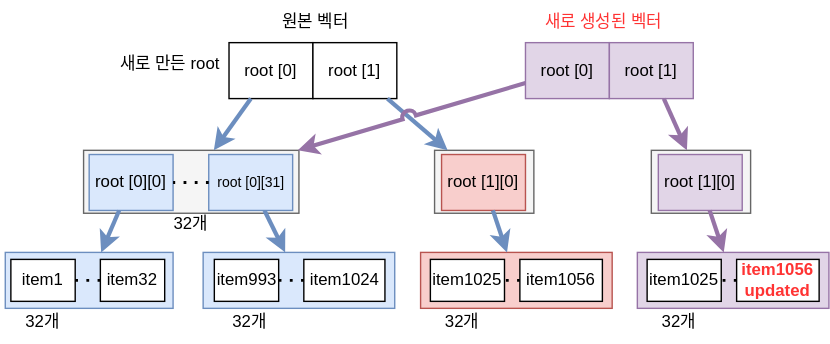
Above: _wiki/clojure/study/vector/vector-1057-tree-copy.svg in johngrib/johngrib.github.io (draw.io), before the change. Source tidied: cells renumbered, new cells last; positions are measured from the earlier drawing's top-left corner, leaving out a move shared by most shapes.
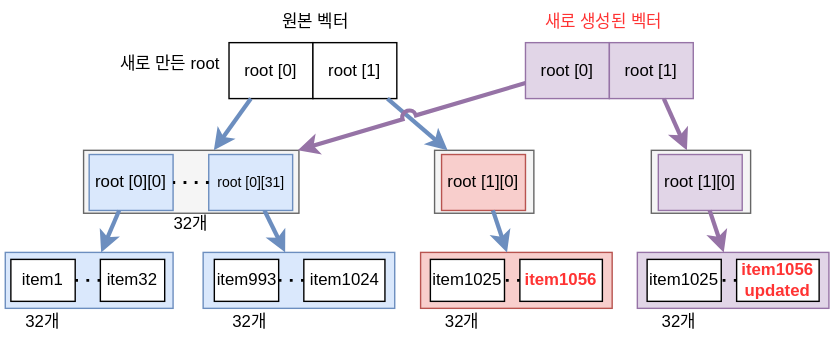
The same file after the commit.

Change to the diagram source:
```diff
@@ -71,7 +71,7 @@
     <mxCell id="24" value="item1025" style="rounded=0;whiteSpace=wrap;html=1;" parent="1" vertex="1">
       <mxGeometry x="307" y="185" width="53" height="30" as="geometry" />
     </mxCell>
-    <mxCell id="25" value="item1056" style="rounded=0;whiteSpace=wrap;html=1;" parent="1" vertex="1">
+    <mxCell id="25" value="item1056" style="rounded=0;whiteSpace=wrap;html=1;fontStyle=1;fontColor=#FF3333;" parent="1" vertex="1">
       <mxGeometry x="371" y="185" width="59" height="30" as="geometry" />
     </mxCell>
     <mxCell id="26" style="endArrow=none;dashed=1;html=1;dashPattern=1 3;strokeWidth=2;rounded=0;" parent="1" edge="1" source="25" target="24">
```
